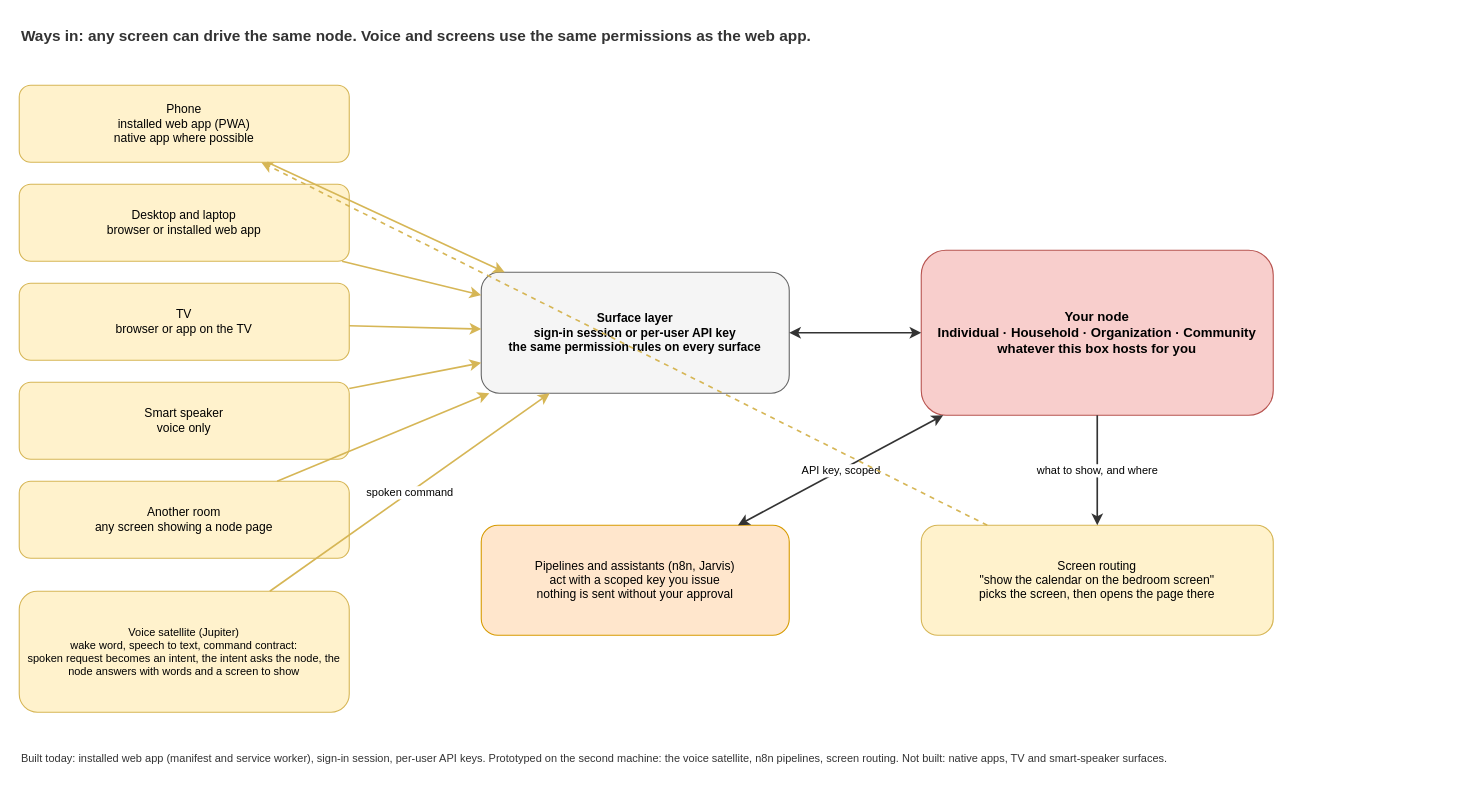
Earlier version of the draw.io diagram page "4 Ways in" (4 of 4) of docs/architecture/NODE_PARADIGM.drawio (CosmopolitanCoalition/fair-constitution-app). Source tidied: cells renumbered, new cells numbered last; positions are measured from the earlier drawing's top-left corner, leaving out a move shared by most shapes. Both pictures are drawn from the tidied source at 110%, with x=0, y=0 at pixel (19, 19).
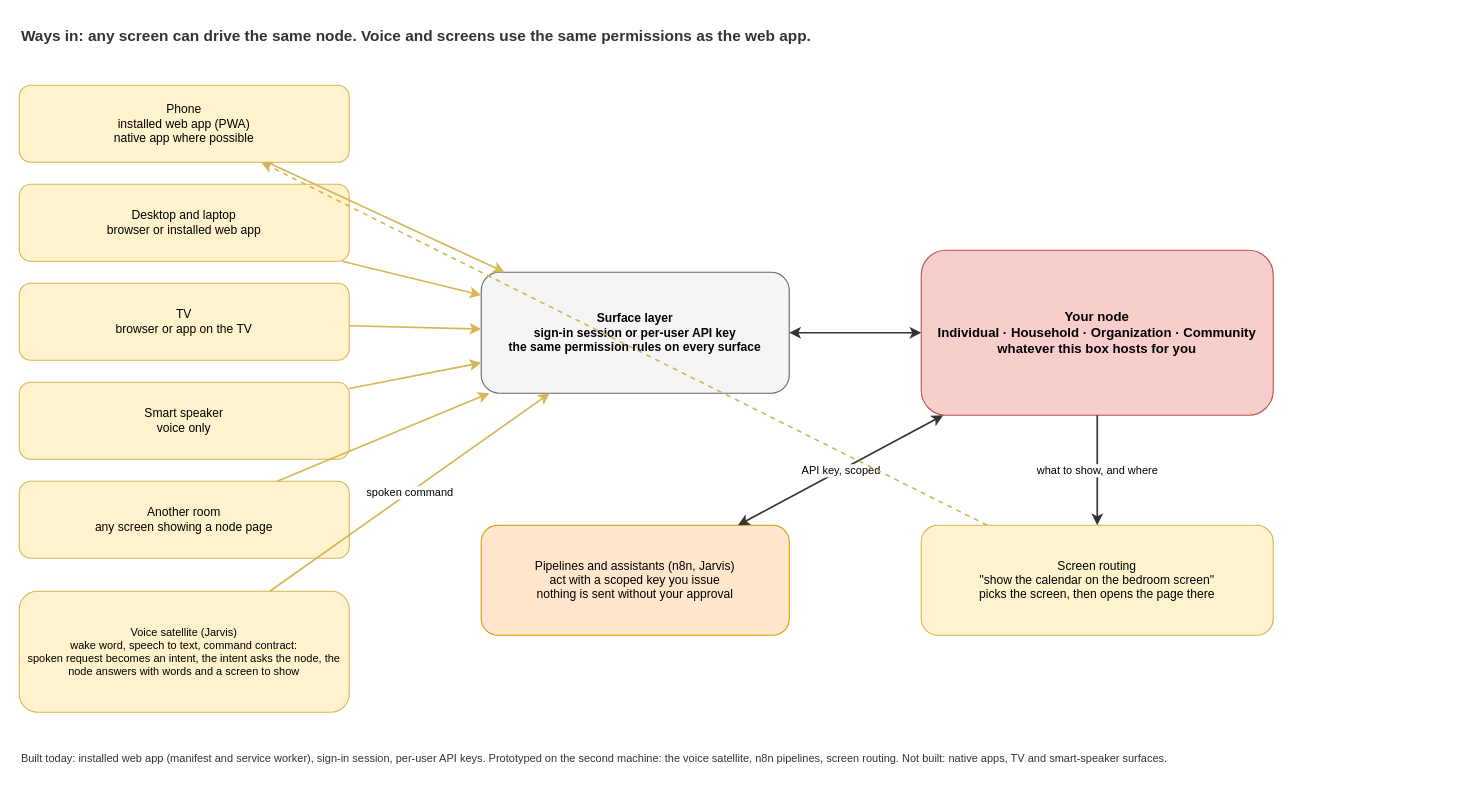
After the change.

Commit message (it also covers changes not shown here):
Redraw the mesh as the DNS address tree with device icons and an address-forms page; Jarvis names; drop host names from the node diagrams

What changed in the source:
```diff
@@
-    <mxCell id="8" value="Voice satellite (Jupiter)&lt;br&gt;wake word, speech to text, command contract:&lt;br&gt;spoken request becomes an intent, the intent asks the node, the node answers with words and a screen to show" style="rounded=1;whiteSpace=wrap;html=1;fillColor=#fff2cc;strokeColor=#d6b656;fontSize=10;align=center;verticalAlign=middle;" parent="1" vertex="1">
+    <mxCell id="8" value="Voice satellite (Jarvis)&lt;br&gt;wake word, speech to text, command contract:&lt;br&gt;spoken request becomes an intent, the intent asks the node, the node answers with words and a screen to show" style="rounded=1;whiteSpace=wrap;html=1;fillColor=#fff2cc;strokeColor=#d6b656;fontSize=10;align=center;verticalAlign=middle;" parent="1" vertex="1">
       <mxGeometry y="520" width="300" height="110" as="geometry" />
     </mxCell>
```
